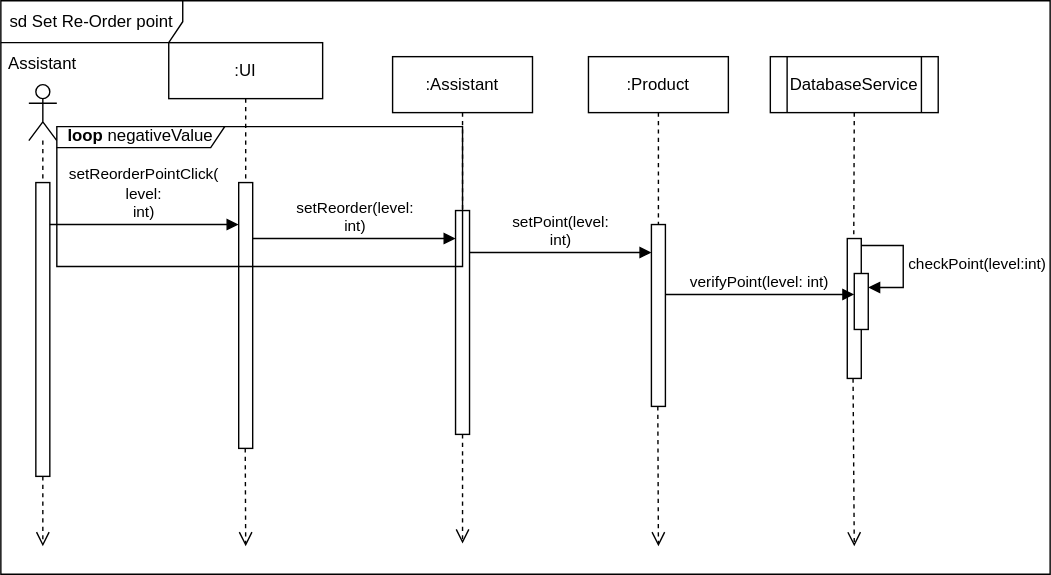
This is set_re-order.svg from Simamkele88/IFM3_GP, a draw.io export, as it was before one commit. Source tidied: cells renumbered, new cells last; positions are measured from the earlier drawing's top-left corner, leaving out a move shared by most shapes.
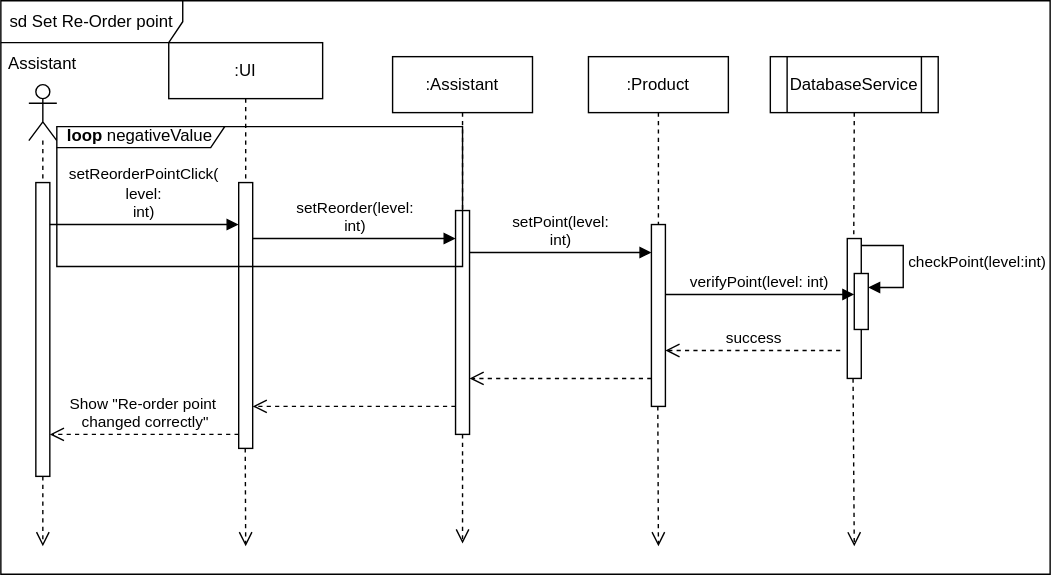
Later version of the same file.

Diff of the diagram source:
```diff
@@ -103,5 +103,26 @@
         <mxPoint x="30" y="390" as="targetPoint" />
       </mxGeometry>
     </mxCell>
+    <mxCell id="27" value="success&lt;span style=&quot;color: rgba(0, 0, 0, 0); font-family: monospace; font-size: 0px; text-align: start; background-color: rgb(27, 29, 30);&quot;&gt;%3CmxGraphModel%3E%3Croot%3E%3CmxCell%20id%3D%220%22%2F%3E%3CmxCell%20id%3D%221%22%20parent%3D%220%22%2F%3E%3CmxCell%20id%3D%222%22%20value%3D%22%22%20style%3D%22html%3D1%3BverticalAlign%3Dbottom%3BendArrow%3Dopen%3Bdashed%3D1%3BendSize%3D8%3Bcurved%3D0%3Brounded%3D0%3BstartFill%3D0%3BendFill%3D0%3B%22%20edge%3D%221%22%20parent%3D%221%22%3E%3CmxGeometry%20relative%3D%221%22%20as%3D%22geometry%22%3E%3CmxPoint%20x%3D%22214.67%22%20y%3D%22390%22%20as%3D%22sourcePoint%22%2F%3E%3CmxPoint%20x%3D%22215%22%20y%3D%22460%22%20as%3D%22targetPoint%22%2F%3E%3C%2FmxGeometry%3E%3C%2FmxCell%3E%3C%2Froot%3E%3C%2FmxGraphModel%3E&lt;/span&gt;" style="html=1;verticalAlign=bottom;endArrow=open;dashed=1;endSize=8;curved=0;rounded=0;" parent="1" edge="1" target="12">
+      <mxGeometry relative="1" as="geometry">
+        <mxPoint x="600" y="250" as="sourcePoint" />
+      </mxGeometry>
+    </mxCell>
+    <mxCell id="28" style="html=1;verticalAlign=bottom;endArrow=open;dashed=1;endSize=8;curved=0;rounded=0;" parent="1" edge="1" target="9">
+      <mxGeometry relative="1" as="geometry">
+        <mxPoint x="465" y="270" as="sourcePoint" />
+      </mxGeometry>
+    </mxCell>
+    <mxCell id="29" value="&lt;span style=&quot;color: rgba(0, 0, 0, 0); font-family: monospace; font-size: 0px; text-align: start; background-color: rgb(27, 29, 30);&quot;&gt;%3CmxGraphModel%3E%3Croot%3E%3CmxCell%20id%3D%220%22%2F%3E%3CmxCell%20id%3D%221%22%20parent%3D%220%22%2F%3E%3CmxCell%20id%3D%222%22%20value%3D%22%22%20style%3D%22html%3D1%3BverticalAlign%3Dbottom%3BendArrow%3Dopen%3Bdashed%3D1%3BendSize%3D8%3Bcurved%3D0%3Brounded%3D0%3B%22%20edge%3D%221%22%20parent%3D%221%22%3E%3CmxGeometry%20relative%3D%221%22%20as%3D%22geometry%22%3E%3CmxPoint%20x%3D%22365%22%20y%3D%22360%22%20as%3D%22sourcePoint%22%2F%3E%3CmxPoint%20x%3D%22220%22%20y%3D%22360%22%20as%3D%22targetPoint%22%2F%3E%3C%2FmxGeometry%3E%3C%2FmxCell%3E%3C%2Froot%3E%3C%2FmxGraphModel%3E&lt;/span&gt;" style="html=1;verticalAlign=bottom;endArrow=open;dashed=1;endSize=8;curved=0;rounded=0;" parent="1" edge="1" target="7">
+      <mxGeometry relative="1" as="geometry">
+        <mxPoint x="325" y="290" as="sourcePoint" />
+      </mxGeometry>
+    </mxCell>
+    <mxCell id="30" value="Show &quot;Re-order point&amp;nbsp;&lt;div&gt;changed correctly&quot;&lt;/div&gt;" style="html=1;verticalAlign=bottom;endArrow=open;dashed=1;endSize=8;curved=0;rounded=0;" parent="1" edge="1">
+      <mxGeometry relative="1" as="geometry">
+        <mxPoint x="170" y="310" as="sourcePoint" />
+        <mxPoint x="35" y="310" as="targetPoint" />
+      </mxGeometry>
+    </mxCell>
   </root>
 </mxGraphModel>
```
